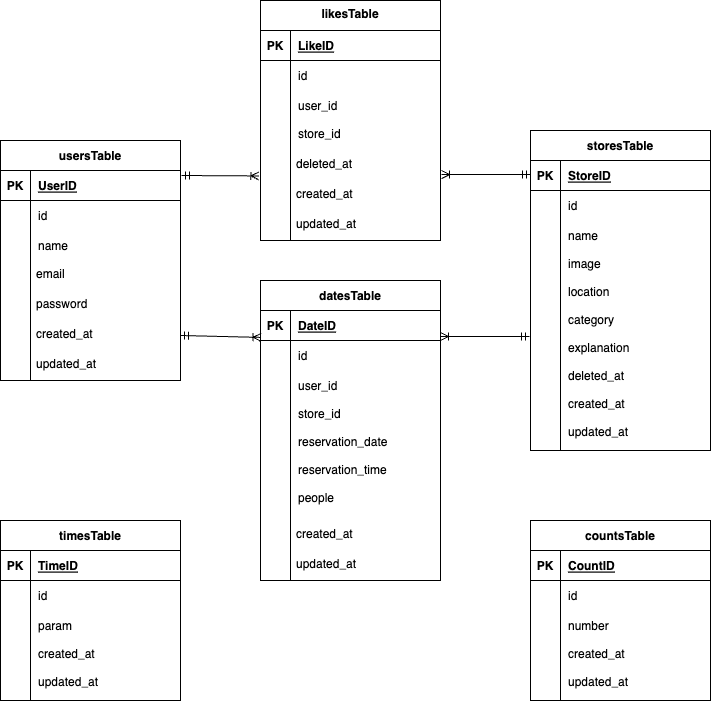
The draw.io diagram index.drawio.png in hiro8787/advance-laravel, before a commit. Source tidied: cells renumbered, new cells last; positions are measured from the earlier drawing's top-left corner, leaving out a move shared by most shapes.
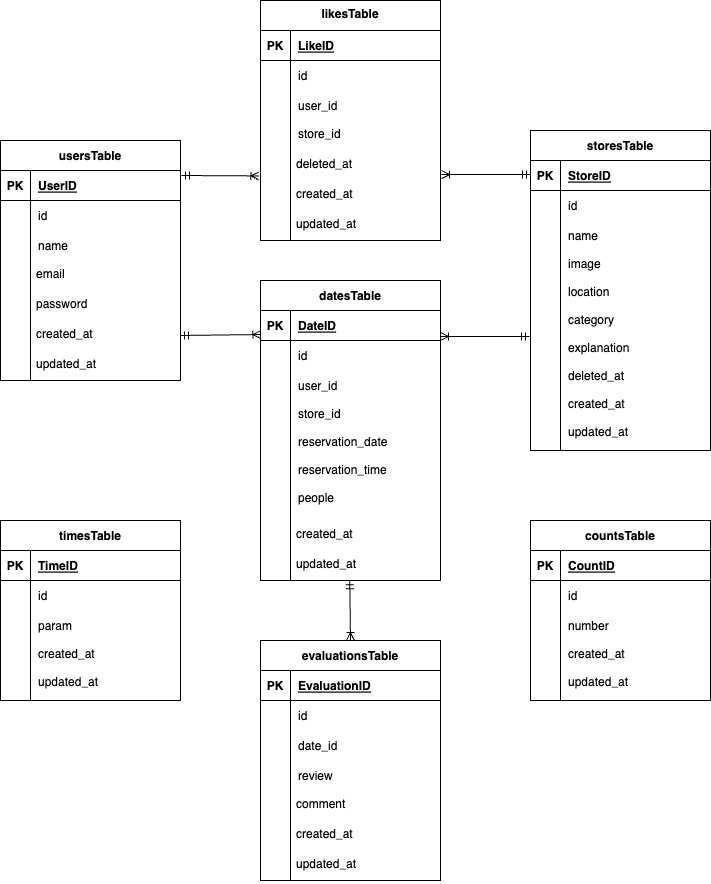
The same file after the commit.

What changed in the source:
```diff
@@ -157,7 +157,7 @@
         <mxPoint x="440" y="336" as="targetPoint" />
       </mxGeometry>
     </mxCell>
-    <mxCell id="52" style="fontSize=12;html=1;endArrow=ERoneToMany;startArrow=ERmandOne;entryX=0.003;entryY=0.897;entryDx=0;entryDy=0;entryPerimeter=0;exitX=1;exitY=0.5;exitDx=0;exitDy=0;" parent="1" edge="1" source="41" target="29">
+    <mxCell id="52" style="fontSize=12;html=1;endArrow=ERoneToMany;startArrow=ERmandOne;entryX=0.002;entryY=0.8;entryDx=0;entryDy=0;entryPerimeter=0;exitX=1;exitY=0.5;exitDx=0;exitDy=0;" parent="1" edge="1" source="41" target="29">
       <mxGeometry relative="1" as="geometry" />
     </mxCell>
     <mxCell id="53" value="storesTable" style="shape=table;startSize=30;rowLines=0;fontStyle=1;align=center;" parent="1" vertex="1">
@@ -280,5 +280,62 @@
     <mxCell id="92" value="updated_at" style="text;strokeColor=none;fillColor=none;spacingLeft=4;spacingRight=4;overflow=hidden;fontSize=12;" parent="1" vertex="1">
       <mxGeometry x="290" y="210" width="150" height="30" as="geometry" />
     </mxCell>
+    <mxCell id="93" value="evaluationsTable" style="shape=table;startSize=30;rowLines=0;fontStyle=1;align=center;" parent="1" vertex="1">
+      <mxGeometry x="260" y="640" width="180" height="240" as="geometry" />
+    </mxCell>
+    <mxCell id="94" style="shape=tableRow;horizontal=0;startSize=0;swimlaneHead=0;swimlaneBody=0;fillColor=none;top=0;left=0;right=0;bottom=1;" parent="93" vertex="1">
+      <mxGeometry y="30" width="180" height="30" as="geometry" />
+    </mxCell>
+    <mxCell id="95" value="PK" style="shape=partialRectangle;fillColor=none;top=0;left=0;bottom=0;right=0;fontStyle=1;overflow=hidden;" parent="94" vertex="1">
+      <mxGeometry width="30" height="30" as="geometry" />
+    </mxCell>
+    <mxCell id="96" value="EvaluationID" style="shape=partialRectangle;fillColor=none;top=0;left=0;bottom=0;right=0;align=left;spacingLeft=6;fontStyle=5;overflow=hidden;" parent="94" vertex="1">
+      <mxGeometry x="30" width="150" height="30" as="geometry" />
+    </mxCell>
+    <mxCell id="97" style="shape=tableRow;horizontal=0;startSize=0;swimlaneHead=0;swimlaneBody=0;fillColor=none;top=0;left=0;right=0;bottom=0;" parent="93" vertex="1">
+      <mxGeometry y="60" width="180" height="30" as="geometry" />
+    </mxCell>
+    <mxCell id="98" style="shape=partialRectangle;fillColor=none;top=0;left=0;bottom=0;right=0;overflow=hidden;" parent="97" vertex="1">
+      <mxGeometry width="30" height="30" as="geometry" />
+    </mxCell>
+    <mxCell id="99" value="id" style="shape=partialRectangle;fillColor=none;top=0;left=0;bottom=0;right=0;align=left;spacingLeft=6;overflow=hidden;" parent="97" vertex="1">
+      <mxGeometry x="30" width="150" height="30" as="geometry" />
+    </mxCell>
+    <mxCell id="100" style="shape=tableRow;horizontal=0;startSize=0;swimlaneHead=0;swimlaneBody=0;fillColor=none;top=0;left=0;right=0;bottom=0;" parent="93" vertex="1">
+      <mxGeometry y="90" width="180" height="30" as="geometry" />
+    </mxCell>
+    <mxCell id="101" style="shape=partialRectangle;fillColor=none;top=0;left=0;bottom=0;right=0;overflow=hidden;" parent="100" vertex="1">
+      <mxGeometry width="30" height="30" as="geometry" />
+    </mxCell>
+    <mxCell id="102" value="date_id" style="shape=partialRectangle;fillColor=none;top=0;left=0;bottom=0;right=0;align=left;spacingLeft=6;overflow=hidden;" parent="100" vertex="1">
+      <mxGeometry x="30" width="150" height="30" as="geometry" />
+    </mxCell>
+    <mxCell id="103" style="shape=tableRow;horizontal=0;startSize=0;swimlaneHead=0;swimlaneBody=0;fillColor=none;top=0;left=0;right=0;bottom=0;" parent="93" vertex="1">
+      <mxGeometry y="120" width="180" height="30" as="geometry" />
+    </mxCell>
+    <mxCell id="104" style="shape=partialRectangle;fillColor=none;top=0;left=0;bottom=0;right=0;overflow=hidden;" parent="103" vertex="1">
+      <mxGeometry width="30" height="30" as="geometry" />
+    </mxCell>
+    <mxCell id="105" value="review" style="shape=partialRectangle;fillColor=none;top=0;left=0;bottom=0;right=0;align=left;spacingLeft=6;overflow=hidden;" parent="103" vertex="1">
+      <mxGeometry x="30" width="150" height="30" as="geometry" />
+    </mxCell>
+    <mxCell id="106" value="comment" style="text;strokeColor=none;fillColor=none;spacingLeft=4;spacingRight=4;overflow=hidden;fontSize=12;" parent="1" vertex="1">
+      <mxGeometry x="290" y="790" width="150" height="30" as="geometry" />
+    </mxCell>
+    <mxCell id="107" value="created_at" style="text;strokeColor=none;fillColor=none;spacingLeft=4;spacingRight=4;overflow=hidden;fontSize=12;" parent="1" vertex="1">
+      <mxGeometry x="290" y="820" width="150" height="30" as="geometry" />
+    </mxCell>
+    <mxCell id="108" value="updated_at" style="text;strokeColor=none;fillColor=none;spacingLeft=4;spacingRight=4;overflow=hidden;fontSize=12;" parent="1" vertex="1">
+      <mxGeometry x="290" y="850" width="150" height="30" as="geometry" />
+    </mxCell>
+    <mxCell id="109" style="endArrow=none;html=1;" parent="1" edge="1">
+      <mxGeometry relative="1" as="geometry">
+        <mxPoint x="290" y="880" as="sourcePoint" />
+        <mxPoint x="290" y="790" as="targetPoint" />
+      </mxGeometry>
+    </mxCell>
+    <mxCell id="110" style="fontSize=12;html=1;endArrow=ERoneToMany;startArrow=ERmandOne;strokeColor=default;exitX=0.496;exitY=1.001;exitDx=0;exitDy=0;exitPerimeter=0;entryX=0.5;entryY=0;entryDx=0;entryDy=0;" parent="1" edge="1" source="38" target="93">
+      <mxGeometry relative="1" as="geometry" />
+    </mxCell>
   </root>
 </mxGraphModel>
```
